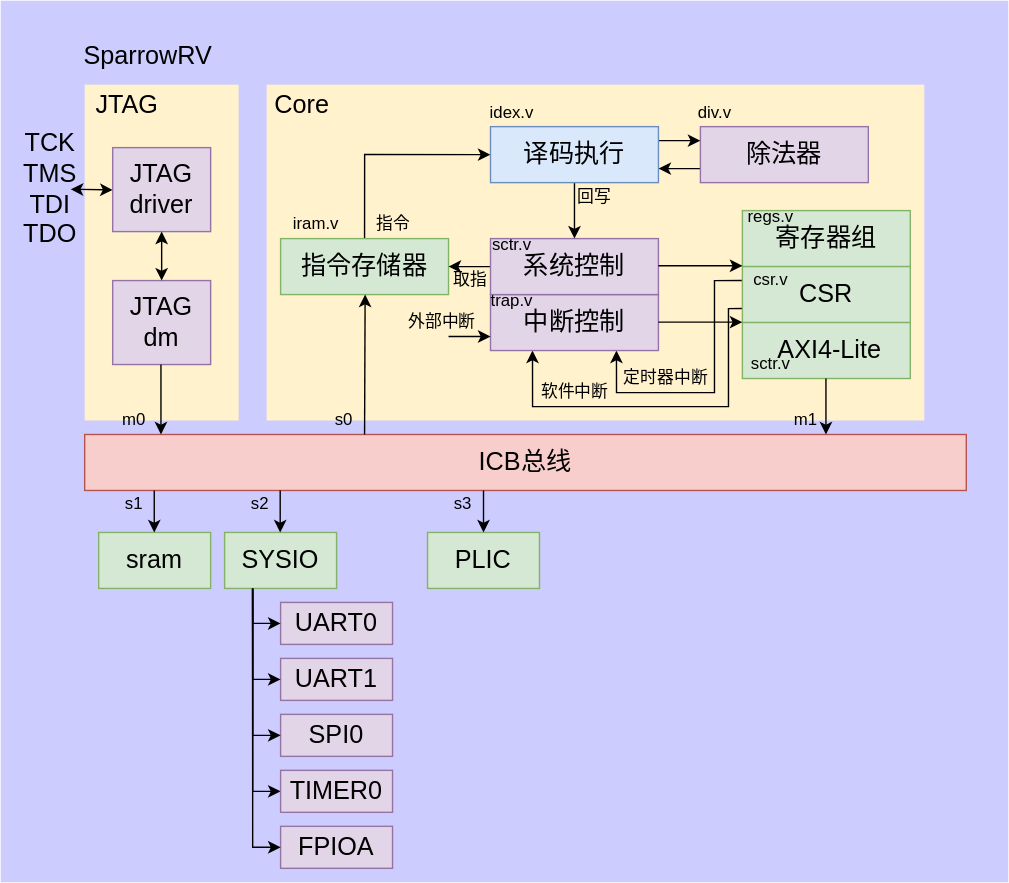
ZPNMiaoHeng/SparrowRV keeps this draw.io diagram as doc/图库/Readme/soc架构.svg. Above is the earlier version. Source tidied: cells renumbered, new cells last; positions are measured from the earlier drawing's top-left corner, leaving out a move shared by most shapes.
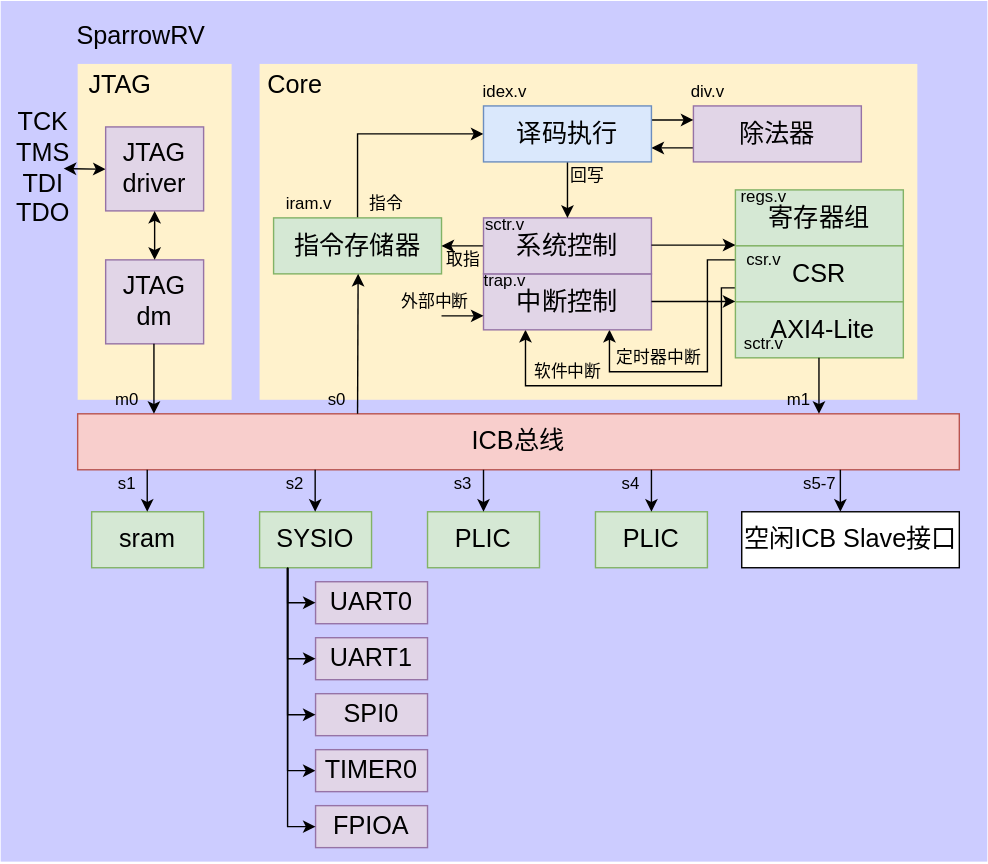
Later version of the same file.

Change to the diagram source:
```diff
@@ -3,7 +3,7 @@
     <mxCell id="0" />
     <mxCell id="1" parent="0" />
     <mxCell id="2" style="rounded=0;whiteSpace=wrap;html=1;fontSize=12;fillColor=#CCCCFF;strokeColor=none;" parent="1" vertex="1">
-      <mxGeometry x="10" y="20" width="720" height="630" as="geometry" />
+      <mxGeometry x="15" y="35" width="705" height="615" as="geometry" />
     </mxCell>
     <mxCell id="3" style="rounded=0;whiteSpace=wrap;html=1;fontSize=18;fillColor=#FFF2CC;strokeColor=none;" parent="1" vertex="1">
       <mxGeometry x="200" y="80" width="470" height="240" as="geometry" />
@@ -201,33 +201,33 @@
       <mxGeometry relative="1" as="geometry" />
     </mxCell>
     <mxCell id="56" value="SYSIO" style="whiteSpace=wrap;html=1;fillColor=#d5e8d4;strokeColor=#82b366;fontSize=18;" parent="1" vertex="1">
-      <mxGeometry x="170" y="400" width="80" height="40" as="geometry" />
+      <mxGeometry x="200" y="400" width="80" height="40" as="geometry" />
     </mxCell>
     <mxCell id="57" value="s2" style="text;html=1;align=center;verticalAlign=middle;strokeColor=none;fillColor=none;" parent="1" vertex="1">
-      <mxGeometry x="180" y="370" width="30" height="20" as="geometry" />
+      <mxGeometry x="210" y="370" width="30" height="20" as="geometry" />
     </mxCell>
     <mxCell id="58" style="endArrow=classic;html=1;rounded=0;fontSize=18;" parent="1" edge="1">
       <mxGeometry relative="1" as="geometry">
-        <mxPoint x="209.7" y="370" as="sourcePoint" />
-        <mxPoint x="209.7" y="400" as="targetPoint" />
+        <mxPoint x="239.7" y="370" as="sourcePoint" />
+        <mxPoint x="239.7" y="400" as="targetPoint" />
       </mxGeometry>
     </mxCell>
     <mxCell id="59" value="UART0" style="whiteSpace=wrap;html=1;fontSize=18;fillColor=#e1d5e7;strokeColor=#9673a6;" parent="1" vertex="1">
-      <mxGeometry x="210" y="450" width="80" height="30" as="geometry" />
+      <mxGeometry x="240" y="450" width="80" height="30" as="geometry" />
     </mxCell>
     <mxCell id="60" value="UART1" style="whiteSpace=wrap;html=1;fontSize=18;fillColor=#e1d5e7;strokeColor=#9673a6;" parent="1" vertex="1">
-      <mxGeometry x="210" y="490" width="80" height="30" as="geometry" />
+      <mxGeometry x="240" y="490" width="80" height="30" as="geometry" />
     </mxCell>
     <mxCell id="61" value="SPI0" style="whiteSpace=wrap;html=1;fontSize=18;fillColor=#e1d5e7;strokeColor=#9673a6;" parent="1" vertex="1">
-      <mxGeometry x="210" y="530" width="80" height="30" as="geometry" />
+      <mxGeometry x="240" y="530" width="80" height="30" as="geometry" />
     </mxCell>
     <mxCell id="62" value="FPIOA" style="whiteSpace=wrap;html=1;fontSize=18;fillColor=#e1d5e7;strokeColor=#9673a6;" parent="1" vertex="1">
-      <mxGeometry x="210" y="610" width="80" height="30" as="geometry" />
+      <mxGeometry x="240" y="610" width="80" height="30" as="geometry" />
     </mxCell>
     <mxCell id="63" style="edgeStyle=orthogonalEdgeStyle;rounded=0;jettySize=auto;html=1;exitX=0.25;exitY=1;exitDx=0;exitDy=0;entryX=0;entryY=0.5;entryDx=0;entryDy=0;" parent="1" edge="1" source="56" target="59">
       <mxGeometry relative="1" as="geometry">
         <Array as="points">
-          <mxPoint x="190" y="465" />
+          <mxPoint x="220" y="465" />
         </Array>
       </mxGeometry>
     </mxCell>
@@ -244,19 +244,43 @@
       <mxGeometry height="20" as="geometry" />
     </mxCell>
     <mxCell id="68" value="TIMER0" style="whiteSpace=wrap;html=1;fontSize=18;fillColor=#e1d5e7;strokeColor=#9673a6;" parent="1" vertex="1">
-      <mxGeometry x="210" y="570" width="80" height="30" as="geometry" />
+      <mxGeometry x="240" y="570" width="80" height="30" as="geometry" />
     </mxCell>
     <mxCell id="69" value="PLIC" style="whiteSpace=wrap;html=1;fillColor=#d5e8d4;strokeColor=#82b366;fontSize=18;" parent="1" vertex="1">
-      <mxGeometry x="315" y="400" width="80" height="40" as="geometry" />
+      <mxGeometry x="320" y="400" width="80" height="40" as="geometry" />
     </mxCell>
     <mxCell id="70" value="s3" style="text;html=1;align=center;verticalAlign=middle;strokeColor=none;fillColor=none;" parent="1" vertex="1">
-      <mxGeometry x="325" y="370" width="30" height="20" as="geometry" />
+      <mxGeometry x="330" y="370" width="30" height="20" as="geometry" />
     </mxCell>
     <mxCell id="71" style="endArrow=classic;html=1;rounded=0;fontSize=18;" parent="1" edge="1">
       <mxGeometry relative="1" as="geometry">
-        <mxPoint x="355" y="370" as="sourcePoint" />
-        <mxPoint x="355" y="400" as="targetPoint" />
+        <mxPoint x="360" y="370" as="sourcePoint" />
+        <mxPoint x="360" y="400" as="targetPoint" />
       </mxGeometry>
     </mxCell>
+    <mxCell id="72" value="PLIC" style="whiteSpace=wrap;html=1;fillColor=#d5e8d4;strokeColor=#82b366;fontSize=18;" parent="1" vertex="1">
+      <mxGeometry x="440" y="400" width="80" height="40" as="geometry" />
+    </mxCell>
+    <mxCell id="73" style="endArrow=classic;html=1;rounded=0;fontSize=18;" parent="1" edge="1">
+      <mxGeometry relative="1" as="geometry">
+        <mxPoint x="480" y="370" as="sourcePoint" />
+        <mxPoint x="480" y="400" as="targetPoint" />
+      </mxGeometry>
+    </mxCell>
+    <mxCell id="74" value="s4" style="text;html=1;align=center;verticalAlign=middle;strokeColor=none;fillColor=none;" parent="1" vertex="1">
+      <mxGeometry x="450" y="370" width="30" height="20" as="geometry" />
+    </mxCell>
+    <mxCell id="75" style="endArrow=classic;html=1;rounded=0;fontSize=18;" parent="1" edge="1">
+      <mxGeometry relative="1" as="geometry">
+        <mxPoint x="615" y="370" as="sourcePoint" />
+        <mxPoint x="615" y="400" as="targetPoint" />
+      </mxGeometry>
+    </mxCell>
+    <mxCell id="76" value="s5-7" style="text;html=1;align=center;verticalAlign=middle;strokeColor=none;fillColor=none;" parent="1" vertex="1">
+      <mxGeometry x="580" y="370" width="40" height="20" as="geometry" />
+    </mxCell>
+    <mxCell id="77" value="空闲ICB Slave接口" style="whiteSpace=wrap;html=1;fontSize=18;" parent="1" vertex="1">
+      <mxGeometry x="544.5" y="400" width="155.5" height="40" as="geometry" />
+    </mxCell>
   </root>
 </mxGraphModel>
```
